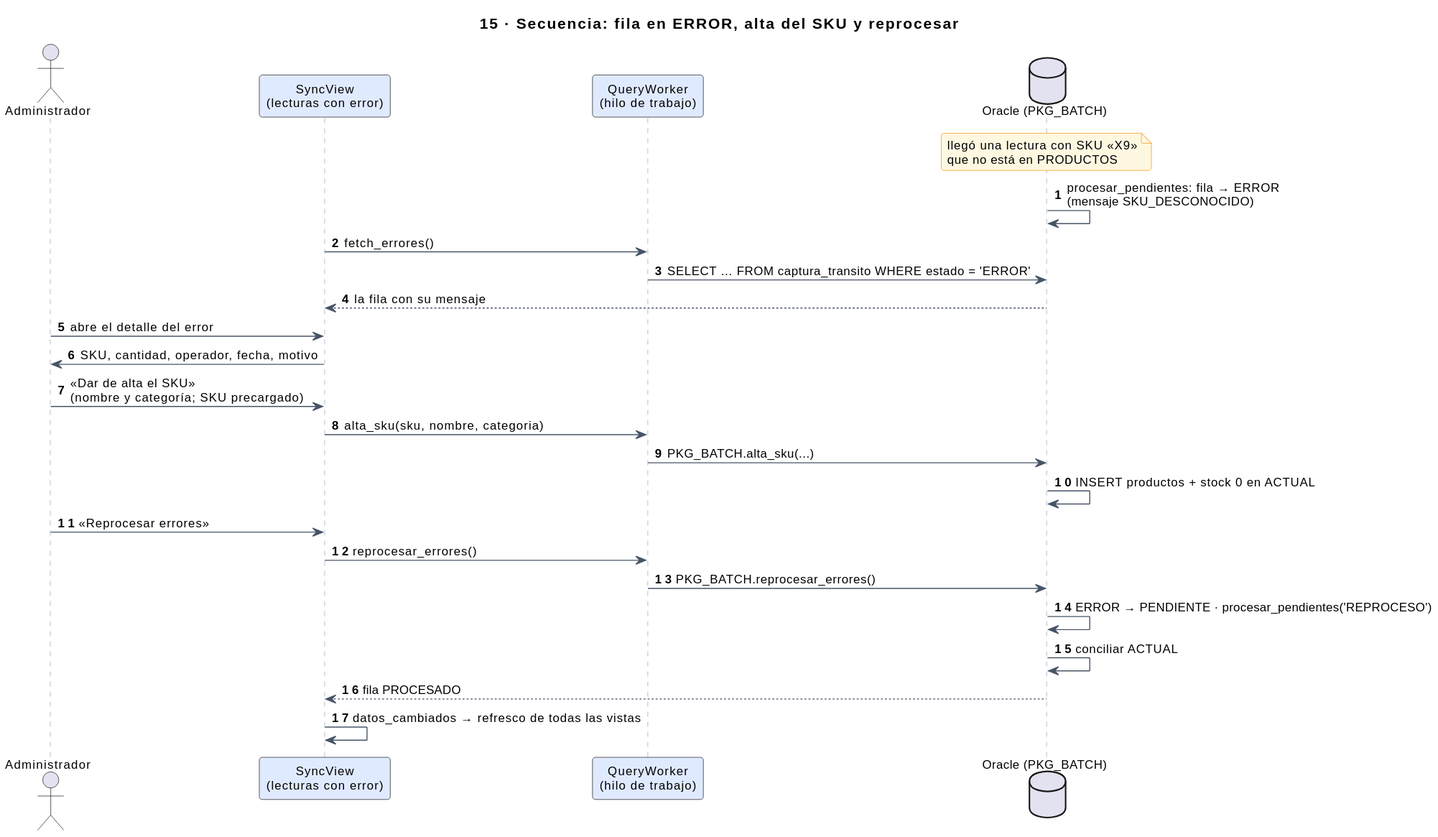
The PlantUML diagram docs/img/uml/15-secuencia-errores-y-reproceso.svg in sebas-archive/kardex-bt, before a commit.
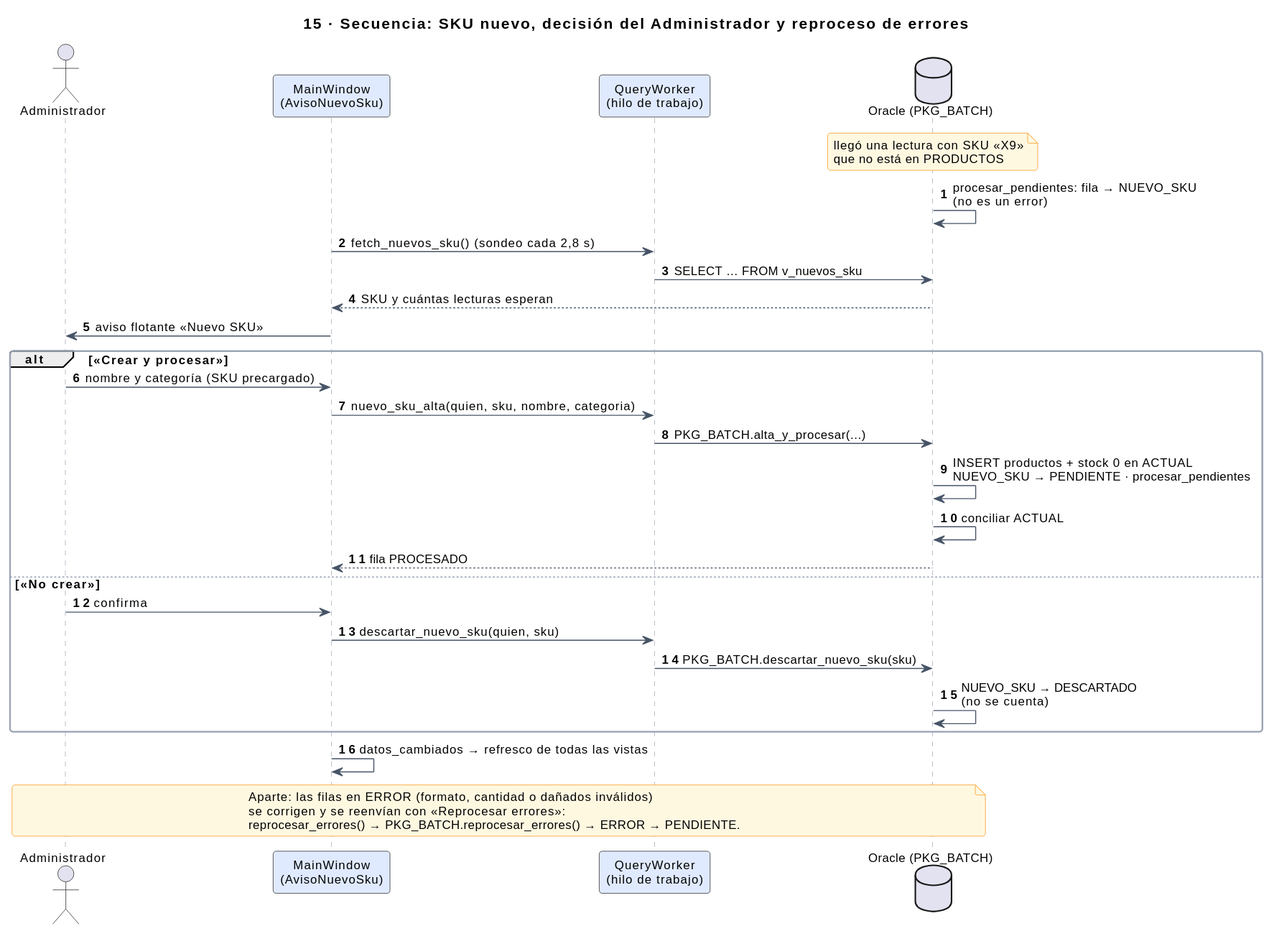
After the commit.

What changed in the source:
```diff
@@ -1,28 +1,35 @@
 @startuml
 !include estilo.iuml
-title 15 · Secuencia: fila en ERROR, alta del SKU y reprocesar
+title 15 · Secuencia: SKU nuevo, decisión del Administrador y reproceso de errores
 autonumber
 actor Administrador as adm
-participant "SyncView\n(lecturas con error)" as mon
+participant "MainWindow\n(AvisoNuevoSku)" as av
 participant "QueryWorker\n(hilo de trabajo)" as w
 database "Oracle (PKG_BATCH)" as ora
 
 note over ora : llegó una lectura con SKU «X9»\nque no está en PRODUCTOS
-ora -> ora : procesar_pendientes: fila → ERROR\n(mensaje SKU_DESCONOCIDO)
-mon -> w : fetch_errores()
-w -> ora : SELECT … FROM captura_transito WHERE estado = 'ERROR'
-ora --> mon : la fila con su mensaje
-adm -> mon : abre el detalle del error
-mon -> adm : SKU, cantidad, operador, fecha, motivo
-adm -> mon : «Dar de alta el SKU»\n(nombre y categoría; SKU precargado)
-mon -> w : alta_sku(sku, nombre, categoria)
-w -> ora : PKG_BATCH.alta_sku(...)
-ora -> ora : INSERT productos + stock 0 en ACTUAL
-adm -> mon : «Reprocesar errores»
-mon -> w : reprocesar_errores()
-w -> ora : PKG_BATCH.reprocesar_errores()
-ora -> ora : ERROR → PENDIENTE · procesar_pendientes('REPROCESO')
-ora -> ora : conciliar ACTUAL
-ora --> mon : fila PROCESADO
-mon -> mon : datos_cambiados → refresco de todas las vistas
+ora -> ora : procesar_pendientes: fila → NUEVO_SKU\n(no es un error)
+av -> w : fetch_nuevos_sku()  (sondeo cada 2,8 s)
+w -> ora : SELECT … FROM v_nuevos_sku
+ora --> av : SKU y cuántas lecturas esperan
+av -> adm : aviso flotante «Nuevo SKU»
+alt «Crear y procesar»
+  adm -> av : nombre y categoría (SKU precargado)
+  av -> w : nuevo_sku_alta(quien, sku, nombre, categoria)
+  w -> ora : PKG_BATCH.alta_y_procesar(...)
+  ora -> ora : INSERT productos + stock 0 en ACTUAL\nNUEVO_SKU → PENDIENTE · procesar_pendientes
+  ora -> ora : conciliar ACTUAL
+  ora --> av : fila PROCESADO
+else «No crear»
+  adm -> av : confirma
+  av -> w : descartar_nuevo_sku(quien, sku)
+  w -> ora : PKG_BATCH.descartar_nuevo_sku(sku)
+  ora -> ora : NUEVO_SKU → DESCARTADO\n(no se cuenta)
+end
+av -> av : datos_cambiados → refresco de todas las vistas
+note over adm, ora
+  Aparte: las filas en ERROR (formato, cantidad o dañados inválidos)
+  se corrigen y se reenvían con «Reprocesar errores»:
+  reprocesar_errores() → PKG_BATCH.reprocesar_errores() → ERROR → PENDIENTE.
+end note
 @enduml
```
